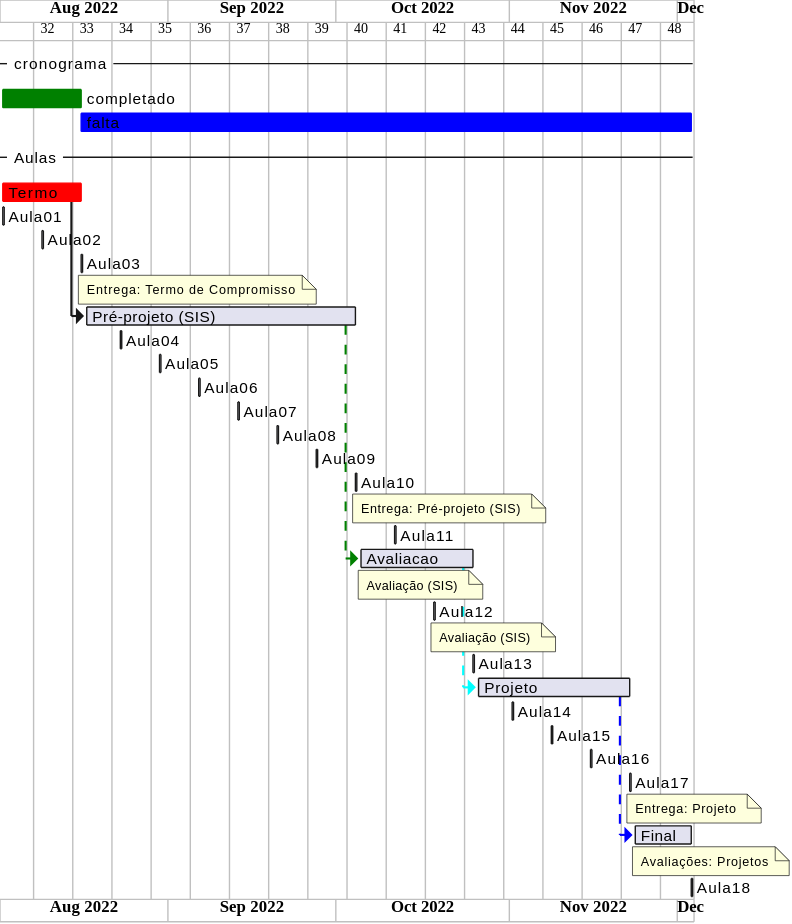
This is svg/cronograma_SIS.svg from dalton-reis/disciplina_TCC1_Privado, a PlantUML export, as it was before one commit. The source it was exported from:
```plantuml
@startgantt cronograma_SIS

!$dataInicio = "2022-08-02"
!$dataFim  = "2022-12-03"
!$Aula01 = $dataInicio
!$Aula02 = "2022-08-09"
!$Aula03 = "2022-08-16"
!$Aula04 = "2022-08-23"
!$Aula05 = "2022-08-30"
!$Aula06 = "2022-09-06"
!$Aula07 = "2022-09-13"
!$Aula08 = "2022-09-20"
!$Aula09 = "2022-09-27"
!$Aula10 = "2022-10-04"
!$Aula11 = "2022-10-11"
!$Aula12 = "2022-10-18"
!$Aula13 = "2022-10-25"
!$Aula14 = "2022-11-01"
!$Aula15 = "2022-11-08"
!$Aula16 = "2022-11-15"
!$Aula17 = "2022-11-22"
!$Aula18 = "2022-11-29"
!$Aula18 = $dataFim

!$dataAtual  = $Aula03

ganttscale weekly

Project starts $dataInicio

-- cronograma --
[completado] is colored in green
[completado] starts $dataInicio and ends $dataAtual
[falta] starts $dataAtual and ends $dataFim
[falta] is colored in blue

-- Aulas --
[Termo] is colored in Red
[Termo]  starts $Aula01 and ends $Aula03
[Aula01] starts $Aula01 and ends $Aula01
[Aula02] starts $Aula02 and ends $Aula02
[Aula03] starts $Aula03 and ends $Aula03
note bottom
Entrega: Termo de Compromisso
end note
[Pré-projeto (SIS)] starts at [Termo]'s end
[Pré-projeto (SIS)] ends $Aula10
[Aula04] starts $Aula04 and ends $Aula04
[Aula05] starts $Aula05 and ends $Aula05
[Aula06] starts $Aula06 and ends $Aula06
[Aula07] starts $Aula07 and ends $Aula07
[Aula08] starts $Aula08 and ends $Aula08
[Aula09] starts $Aula09 and ends $Aula09
[Aula10] starts $Aula10 and ends $Aula10
note bottom
Entrega: Pré-projeto (SIS)
end note
[Aula11] starts $Aula11 and ends $Aula11
[Avaliacao] starts at [Pré-projeto (SIS)]'s end with green dashed link
[Avaliacao] ends $Aula13
note bottom
Avaliação (SIS)
end note
[Aula12] starts $Aula12 and ends $Aula12
note bottom
Avaliação (SIS)
end note
[Aula13] starts $Aula13 and ends $Aula13
[Projeto] starts at [Avaliacao]'s end with cyan dashed link
[Projeto] ends $Aula17
[Aula14] starts $Aula14 and ends $Aula14
[Aula15] starts $Aula15 and ends $Aula15
[Aula16] starts $Aula16 and ends $Aula16
[Aula17] starts $Aula17 and ends $Aula17
note bottom
Entrega: Projeto
end note
[Final] starts at [Projeto]'s end with blue dashed link
[Final] ends $Aula18
note bottom
Avaliações: Projetos
end note
[Aula18] starts $Aula18 and ends $Aula18

@endgantt
```
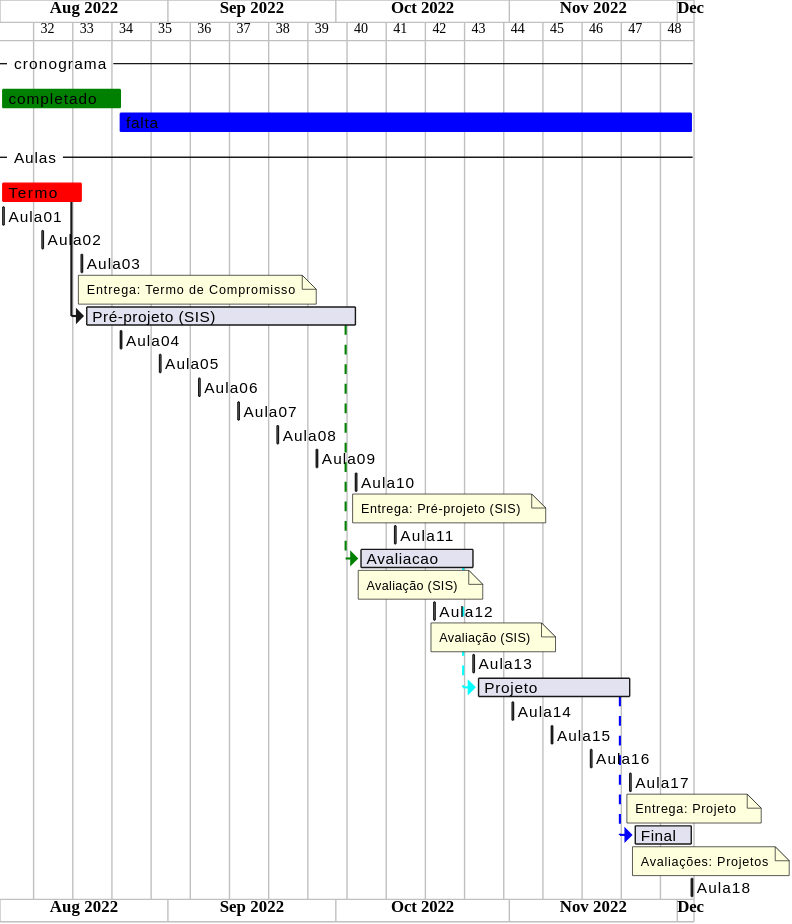
The same diagram one commit later.

Diff of the diagram source:
```diff
@@ -22,7 +22,7 @@
 !$Aula18 = "2022-11-29"
 !$Aula18 = $dataFim
 
-!$dataAtual  = $Aula03
+!$dataAtual  = $Aula04
 
 ganttscale weekly
 
```
